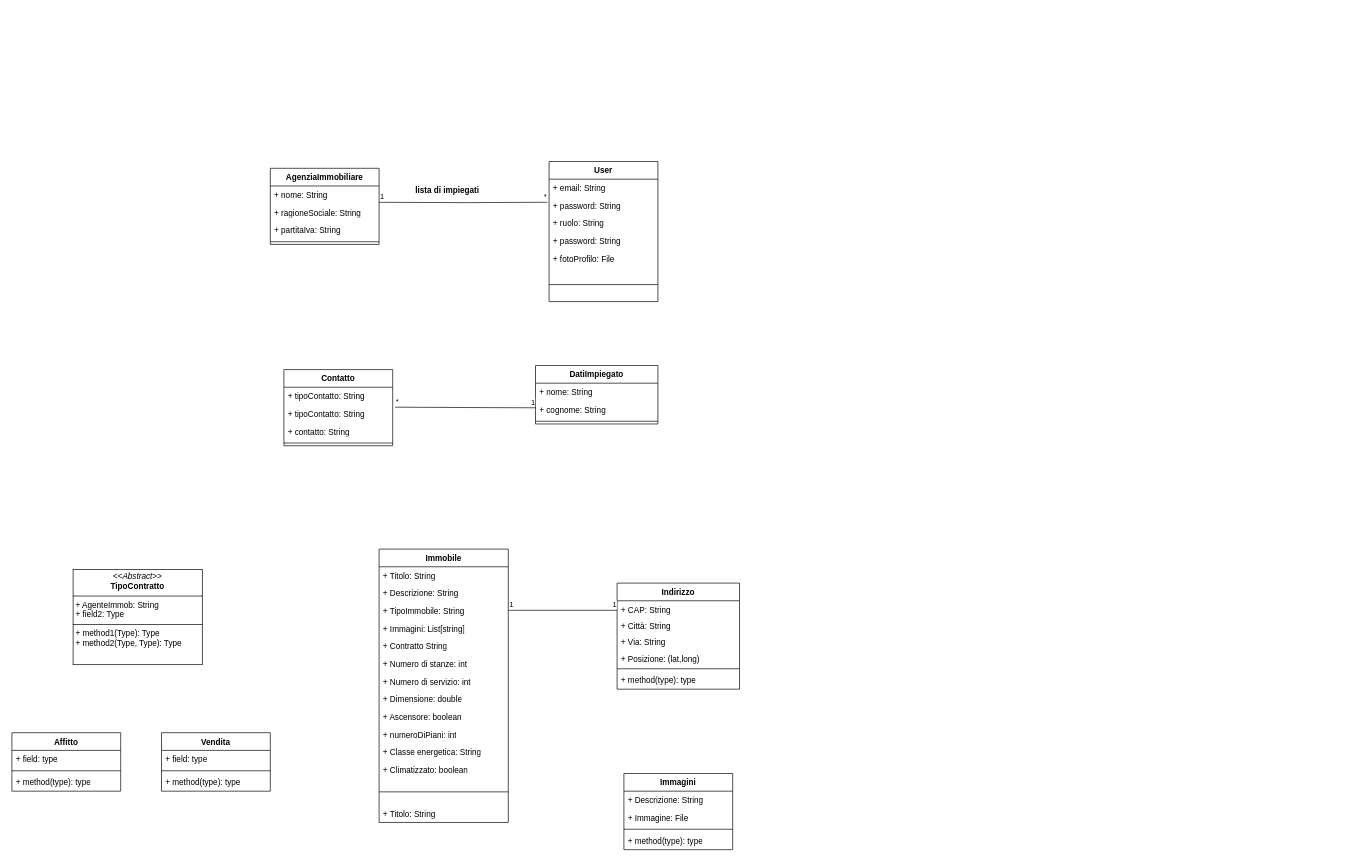
The draw.io diagram diagrammi/diagramma delle classi.drawio in Sperob98/Documentazione-DietiEstates25, before the edit. Source tidied: cells renumbered, new cells numbered last; positions are measured from the earlier drawing's top-left corner, leaving out a move shared by most shapes. Both pictures are drawn from the tidied source at 68%, with x=0, y=0 at pixel (12, 161).
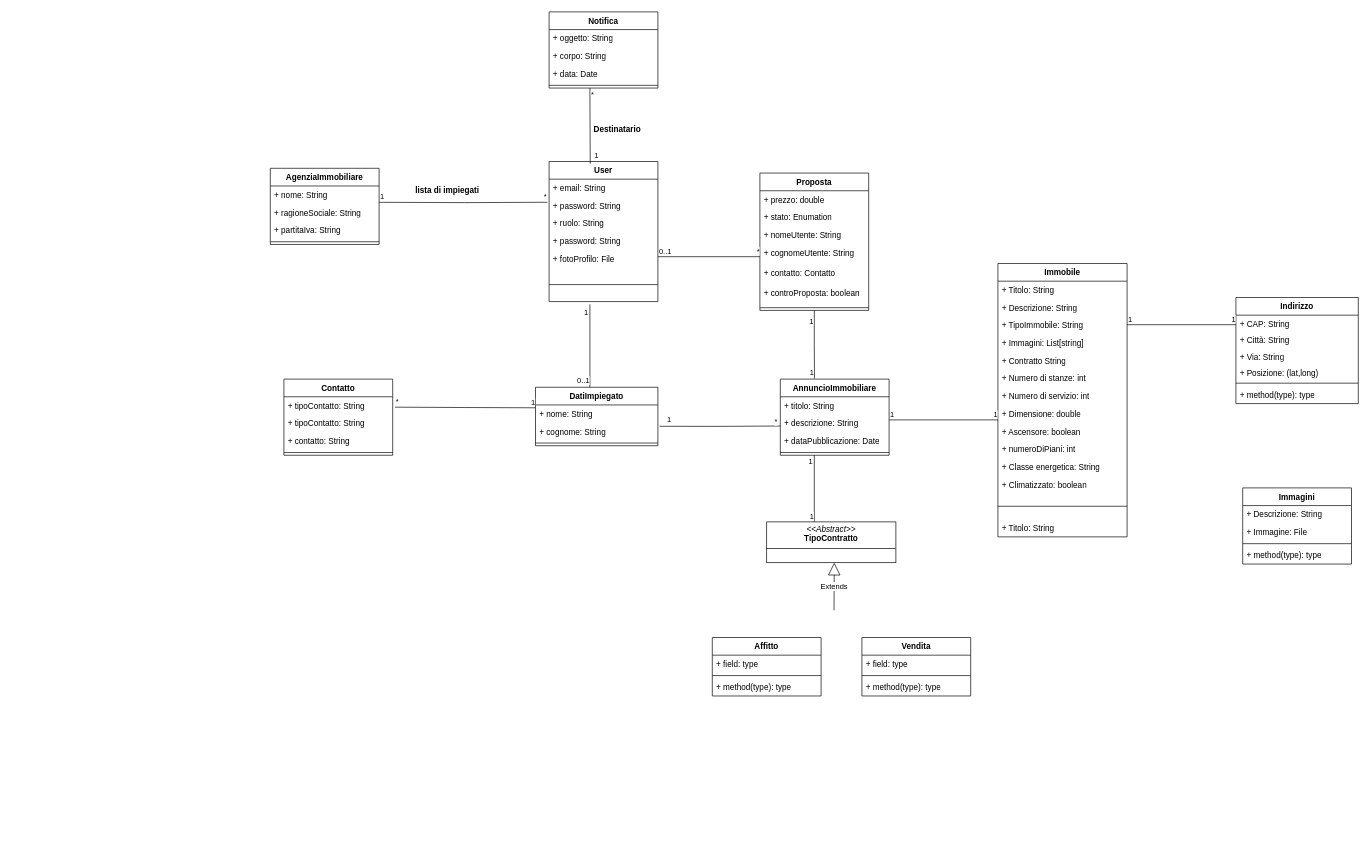
The same page after the edit.

The change refers to these unchanged cells:
```xml
<mxCell id="46" value="User" style="swimlane;fontStyle=1;align=center;verticalAlign=top;horizontal=1;startSize=26;whiteSpace=wrap;html=1;" parent="1" vertex="1">
  <mxGeometry x="790" width="160" height="206" as="geometry" />
</mxCell>
<mxCell id="59" value="+ cognome: String&lt;div&gt;&lt;br&gt;&lt;/div&gt;" style="text;strokeColor=none;fillColor=none;align=left;verticalAlign=top;spacingLeft=4;spacingRight=4;overflow=hidden;points=[[0,0.5],[1,0.5]];portConstraint=eastwest;whiteSpace=wrap;html=1;" parent="57" vertex="1">
  <mxGeometry y="52" width="180" height="26" as="geometry" />
</mxCell>
```

What changed in the source:
```diff
@@
     <mxCell id="2" value="Immobile" style="swimlane;fontStyle=1;align=center;verticalAlign=top;horizontal=1;startSize=26;whiteSpace=wrap;html=1;" parent="1" vertex="1">
-      <mxGeometry x="540" y="570" width="190" height="402" as="geometry" />
+      <mxGeometry x="1450" y="150" width="190" height="402" as="geometry" />
     </mxCell>
@@
     <mxCell id="17" value="Indirizzo&lt;div&gt;&lt;br&gt;&lt;/div&gt;" style="swimlane;fontStyle=1;align=center;verticalAlign=top;horizontal=1;startSize=26;whiteSpace=wrap;html=1;" parent="1" vertex="1">
-      <mxGeometry x="890" y="620" width="180" height="156" as="geometry" />
+      <mxGeometry x="1800" y="200" width="180" height="156" as="geometry" />
     </mxCell>
@@
     <mxCell id="24" value="Immagini" style="swimlane;fontStyle=1;align=center;verticalAlign=top;horizontal=1;startSize=26;whiteSpace=wrap;html=1;" parent="1" vertex="1">
-      <mxGeometry x="900" y="900" width="160" height="112" as="geometry" />
+      <mxGeometry x="1810" y="480" width="160" height="112" as="geometry" />
     </mxCell>
@@
     <mxCell id="29" style="endArrow=none;html=1;edgeStyle=orthogonalEdgeStyle;rounded=0;" parent="1" edge="1">
       <mxGeometry relative="1" as="geometry">
-        <mxPoint x="730" y="660" as="sourcePoint" />
-        <mxPoint x="890" y="660" as="targetPoint" />
+        <mxPoint x="1640" y="240" as="sourcePoint" />
+        <mxPoint x="1800" y="240" as="targetPoint" />
       </mxGeometry>
     </mxCell>
@@
     <mxCell id="32" value="Affitto" style="swimlane;fontStyle=1;align=center;verticalAlign=top;horizontal=1;startSize=26;whiteSpace=wrap;html=1;" parent="1" vertex="1">
-      <mxGeometry y="840" width="160" height="86" as="geometry" />
+      <mxGeometry x="1030" y="700" width="160" height="86" as="geometry" />
     </mxCell>
@@
     <mxCell id="36" value="Vendita" style="swimlane;fontStyle=1;align=center;verticalAlign=top;horizontal=1;startSize=26;whiteSpace=wrap;html=1;" parent="1" vertex="1">
-      <mxGeometry x="220" y="840" width="160" height="86" as="geometry" />
+      <mxGeometry x="1250" y="700" width="160" height="86" as="geometry" />
     </mxCell>
@@
-    <mxCell id="40" value="&lt;p style=&quot;margin:0px;margin-top:4px;text-align:center;&quot;&gt;&lt;i&gt;&amp;lt;&amp;lt;Abstract&amp;gt;&amp;gt;&lt;/i&gt;&lt;br&gt;&lt;b&gt;TipoContratto&lt;/b&gt;&lt;/p&gt;&lt;hr size=&quot;1&quot; style=&quot;border-style:solid;&quot;&gt;&lt;p style=&quot;margin:0px;margin-left:4px;&quot;&gt;+ AgenteImmob: String&lt;br&gt;+ field2: Type&lt;/p&gt;&lt;hr size=&quot;1&quot; style=&quot;border-style:solid;&quot;&gt;&lt;p style=&quot;margin:0px;margin-left:4px;&quot;&gt;+ method1(Type): Type&lt;br&gt;+ method2(Type, Type): Type&lt;/p&gt;" style="verticalAlign=top;align=left;overflow=fill;html=1;whiteSpace=wrap;" parent="1" vertex="1">
-      <mxGeometry x="90" y="600" width="190" height="140" as="geometry" />
+    <mxCell id="40" value="&lt;p style=&quot;margin:0px;margin-top:4px;text-align:center;&quot;&gt;&lt;i&gt;&amp;lt;&amp;lt;Abstract&amp;gt;&amp;gt;&lt;/i&gt;&lt;br&gt;&lt;b&gt;TipoContratto&lt;/b&gt;&lt;/p&gt;&lt;hr size=&quot;1&quot; style=&quot;border-style:solid;&quot;&gt;&lt;p style=&quot;margin:0px;margin-left:4px;&quot;&gt;&lt;br&gt;&lt;/p&gt;" style="verticalAlign=top;align=left;overflow=fill;html=1;whiteSpace=wrap;" parent="1" vertex="1">
+      <mxGeometry x="1110" y="530" width="190" height="60" as="geometry" />
     </mxCell>
@@
     <mxCell id="57" value="DatiImpiegato" style="swimlane;fontStyle=1;align=center;verticalAlign=top;horizontal=1;startSize=26;whiteSpace=wrap;html=1;" parent="1" vertex="1">
-      <mxGeometry x="770" y="300" width="180" height="86" as="geometry" />
+      <mxGeometry x="770" y="332" width="180" height="86" as="geometry" />
     </mxCell>
@@
     <mxCell id="61" value="Contatto" style="swimlane;fontStyle=1;align=center;verticalAlign=top;horizontal=1;startSize=26;whiteSpace=wrap;html=1;" parent="1" vertex="1">
-      <mxGeometry x="400" y="306" width="160" height="112" as="geometry" />
+      <mxGeometry x="400" y="320" width="160" height="112" as="geometry" />
     </mxCell>
@@
+    <mxCell id="69" style="endArrow=none;html=1;edgeStyle=orthogonalEdgeStyle;rounded=0;" parent="1" edge="1">
+      <mxGeometry relative="1" as="geometry">
+        <mxPoint x="850" y="210" as="sourcePoint" />
+        <mxPoint x="850" y="332" as="targetPoint" />
+      </mxGeometry>
+    </mxCell>
+    <mxCell id="70" value="1" style="edgeLabel;html=1;align=left;verticalAlign=bottom;" parent="69" vertex="1">
+      <mxGeometry x="-1" relative="1" as="geometry">
+        <mxPoint x="-10" y="20" as="offset" />
+      </mxGeometry>
+    </mxCell>
+    <mxCell id="71" value="0..1" style="edgeLabel;html=1;align=right;verticalAlign=bottom;" parent="69" vertex="1">
+      <mxGeometry x="1" relative="1" as="geometry">
+        <mxPoint y="-2" as="offset" />
+      </mxGeometry>
+    </mxCell>
+    <mxCell id="72" value="AnnuncioImmobiliare" style="swimlane;fontStyle=1;align=center;verticalAlign=top;horizontal=1;startSize=26;whiteSpace=wrap;html=1;" parent="1" vertex="1">
+      <mxGeometry x="1130" y="320" width="160" height="112" as="geometry" />
+    </mxCell>
+    <mxCell id="73" value="+ titolo: String" style="text;strokeColor=none;fillColor=none;align=left;verticalAlign=top;spacingLeft=4;spacingRight=4;overflow=hidden;whiteSpace=wrap;html=1;" parent="72" vertex="1">
+      <mxGeometry y="26" width="160" height="26" as="geometry" />
+    </mxCell>
+    <mxCell id="74" value="+ descrizione: String" style="text;strokeColor=none;fillColor=none;align=left;verticalAlign=top;spacingLeft=4;spacingRight=4;overflow=hidden;whiteSpace=wrap;html=1;" parent="72" vertex="1">
+      <mxGeometry y="52" width="160" height="26" as="geometry" />
+    </mxCell>
+    <mxCell id="75" value="+ dataPubblicazione: Date" style="text;strokeColor=none;fillColor=none;align=left;verticalAlign=top;spacingLeft=4;spacingRight=4;overflow=hidden;whiteSpace=wrap;html=1;" parent="72" vertex="1">
+      <mxGeometry y="78" width="160" height="26" as="geometry" />
+    </mxCell>
+    <mxCell id="76" style="line;strokeWidth=1;fillColor=none;align=left;verticalAlign=middle;spacingTop=-1;spacingLeft=3;spacingRight=3;labelPosition=right;strokeColor=inherit;" parent="72" vertex="1">
+      <mxGeometry y="104" width="160" height="8" as="geometry" />
+    </mxCell>
+    <mxCell id="77" style="endArrow=none;html=1;edgeStyle=orthogonalEdgeStyle;rounded=0;entryX=1.014;entryY=0.209;entryDx=0;entryDy=0;entryPerimeter=0;" parent="1" edge="1" target="59">
+      <mxGeometry relative="1" as="geometry">
+        <mxPoint x="1130" y="389" as="sourcePoint" />
+      </mxGeometry>
+    </mxCell>
+    <mxCell id="78" value="*" style="edgeLabel;html=1;align=left;verticalAlign=bottom;" parent="77" vertex="1">
+      <mxGeometry x="-1" relative="1" as="geometry">
+        <mxPoint x="-10" y="1" as="offset" />
+      </mxGeometry>
+    </mxCell>
+    <mxCell id="79" value="1" style="edgeLabel;html=1;align=right;verticalAlign=bottom;" parent="77" vertex="1">
+      <mxGeometry x="1" relative="1" as="geometry">
+        <mxPoint x="18" y="-2" as="offset" />
+      </mxGeometry>
+    </mxCell>
+    <mxCell id="80" style="endArrow=none;html=1;edgeStyle=orthogonalEdgeStyle;rounded=0;" parent="1" edge="1">
+      <mxGeometry relative="1" as="geometry">
+        <mxPoint x="1290" y="380" as="sourcePoint" />
+        <mxPoint x="1450" y="380" as="targetPoint" />
+      </mxGeometry>
+    </mxCell>
+    <mxCell id="81" value="1" style="edgeLabel;html=1;align=left;verticalAlign=bottom;" parent="80" vertex="1">
+      <mxGeometry x="-1" relative="1" as="geometry" />
+    </mxCell>
+    <mxCell id="82" value="1" style="edgeLabel;html=1;align=right;verticalAlign=bottom;" parent="80" vertex="1">
+      <mxGeometry x="1" relative="1" as="geometry" />
+    </mxCell>
+    <mxCell id="83" style="endArrow=none;html=1;edgeStyle=orthogonalEdgeStyle;rounded=0;" parent="1" edge="1">
+      <mxGeometry relative="1" as="geometry">
+        <mxPoint x="1180" y="432" as="sourcePoint" />
+        <mxPoint x="1180" y="530" as="targetPoint" />
+      </mxGeometry>
+    </mxCell>
+    <mxCell id="84" value="1" style="edgeLabel;html=1;align=left;verticalAlign=bottom;" parent="83" vertex="1">
+      <mxGeometry x="-1" relative="1" as="geometry">
+        <mxPoint x="-10" y="18" as="offset" />
+      </mxGeometry>
+    </mxCell>
+    <mxCell id="85" value="1" style="edgeLabel;html=1;align=right;verticalAlign=bottom;" parent="83" vertex="1">
+      <mxGeometry x="1" relative="1" as="geometry" />
+    </mxCell>
+    <mxCell id="86" value="Notifica" style="swimlane;fontStyle=1;align=center;verticalAlign=top;horizontal=1;startSize=26;whiteSpace=wrap;html=1;" parent="1" vertex="1">
+      <mxGeometry x="790" y="-220" width="160" height="112" as="geometry" />
+    </mxCell>
+    <mxCell id="87" value="+ oggetto: String" style="text;strokeColor=none;fillColor=none;align=left;verticalAlign=top;spacingLeft=4;spacingRight=4;overflow=hidden;whiteSpace=wrap;html=1;" parent="86" vertex="1">
+      <mxGeometry y="26" width="160" height="26" as="geometry" />
+    </mxCell>
+    <mxCell id="88" value="+ corpo: String" style="text;strokeColor=none;fillColor=none;align=left;verticalAlign=top;spacingLeft=4;spacingRight=4;overflow=hidden;whiteSpace=wrap;html=1;" parent="86" vertex="1">
+      <mxGeometry y="52" width="160" height="26" as="geometry" />
+    </mxCell>
+    <mxCell id="89" value="+ data: Date" style="text;strokeColor=none;fillColor=none;align=left;verticalAlign=top;spacingLeft=4;spacingRight=4;overflow=hidden;whiteSpace=wrap;html=1;" parent="86" vertex="1">
+      <mxGeometry y="78" width="160" height="26" as="geometry" />
+    </mxCell>
+    <mxCell id="90" style="line;strokeWidth=1;fillColor=none;align=left;verticalAlign=middle;spacingTop=-1;spacingLeft=3;spacingRight=3;labelPosition=right;strokeColor=inherit;" parent="86" vertex="1">
+      <mxGeometry y="104" width="160" height="8" as="geometry" />
+    </mxCell>
+    <mxCell id="91" value="Extends" style="endArrow=block;endSize=16;endFill=0;html=1;rounded=0;" parent="1" edge="1">
+      <mxGeometry relative="1" as="geometry">
+        <mxPoint x="1209" y="660" as="sourcePoint" />
+        <mxPoint x="1209.4" y="590" as="targetPoint" />
+      </mxGeometry>
+    </mxCell>
+    <mxCell id="92" value="Proposta" style="swimlane;fontStyle=1;align=center;verticalAlign=top;horizontal=1;startSize=26;whiteSpace=wrap;html=1;" parent="1" vertex="1">
+      <mxGeometry x="1100" y="17" width="160" height="202" as="geometry" />
+    </mxCell>
+    <mxCell id="93" value="+ prezzo: double" style="text;strokeColor=none;fillColor=none;align=left;verticalAlign=top;spacingLeft=4;spacingRight=4;overflow=hidden;whiteSpace=wrap;html=1;" parent="92" vertex="1">
+      <mxGeometry y="26" width="160" height="26" as="geometry" />
+    </mxCell>
+    <mxCell id="94" value="+ stato: Enumation" style="text;strokeColor=none;fillColor=none;align=left;verticalAlign=top;spacingLeft=4;spacingRight=4;overflow=hidden;whiteSpace=wrap;html=1;" parent="92" vertex="1">
+      <mxGeometry y="52" width="160" height="26" as="geometry" />
+    </mxCell>
+    <mxCell id="95" value="+ nomeUtente: String" style="text;strokeColor=none;fillColor=none;align=left;verticalAlign=top;spacingLeft=4;spacingRight=4;overflow=hidden;whiteSpace=wrap;html=1;" parent="92" vertex="1">
+      <mxGeometry y="78" width="160" height="26" as="geometry" />
+    </mxCell>
+    <mxCell id="96" value="+ cognomeUtente: String" style="text;strokeColor=none;fillColor=none;align=left;verticalAlign=top;spacingLeft=4;spacingRight=4;overflow=hidden;whiteSpace=wrap;html=1;" parent="92" vertex="1">
+      <mxGeometry y="104" width="160" height="30" as="geometry" />
+    </mxCell>
+    <mxCell id="97" value="+ contatto: Contatto" style="text;strokeColor=none;fillColor=none;align=left;verticalAlign=top;spacingLeft=4;spacingRight=4;overflow=hidden;whiteSpace=wrap;html=1;" parent="92" vertex="1">
+      <mxGeometry y="134" width="160" height="30" as="geometry" />
+    </mxCell>
+    <mxCell id="98" value="+ controProposta: boolean" style="text;strokeColor=none;fillColor=none;align=left;verticalAlign=top;spacingLeft=4;spacingRight=4;overflow=hidden;whiteSpace=wrap;html=1;" parent="92" vertex="1">
+      <mxGeometry y="164" width="160" height="30" as="geometry" />
+    </mxCell>
+    <mxCell id="99" style="line;strokeWidth=1;fillColor=none;align=left;verticalAlign=middle;spacingTop=-1;spacingLeft=3;spacingRight=3;labelPosition=right;strokeColor=inherit;" parent="92" vertex="1">
+      <mxGeometry y="194" width="160" height="8" as="geometry" />
+    </mxCell>
+    <mxCell id="100" style="endArrow=none;html=1;edgeStyle=orthogonalEdgeStyle;rounded=0;" parent="1" edge="1">
+      <mxGeometry relative="1" as="geometry">
+        <mxPoint x="950" y="140" as="sourcePoint" />
+        <mxPoint x="1100" y="140" as="targetPoint" />
+      </mxGeometry>
+    </mxCell>
+    <mxCell id="101" value="0..1" style="edgeLabel;html=1;align=left;verticalAlign=bottom;" parent="100" vertex="1">
+      <mxGeometry x="-1" relative="1" as="geometry" />
+    </mxCell>
+    <mxCell id="102" value="*" style="edgeLabel;html=1;align=right;verticalAlign=bottom;" parent="100" vertex="1">
+      <mxGeometry x="1" relative="1" as="geometry" />
+    </mxCell>
+    <mxCell id="103" style="endArrow=none;html=1;edgeStyle=orthogonalEdgeStyle;rounded=0;entryX=0.314;entryY=-0.007;entryDx=0;entryDy=0;entryPerimeter=0;exitX=0.5;exitY=1;exitDx=0;exitDy=0;" parent="1" edge="1" source="92" target="72">
+      <mxGeometry relative="1" as="geometry" />
+    </mxCell>
+    <mxCell id="104" value="1" style="edgeLabel;html=1;align=left;verticalAlign=bottom;" parent="103" vertex="1">
+      <mxGeometry x="-1" relative="1" as="geometry">
+        <mxPoint x="-9" y="24" as="offset" />
+      </mxGeometry>
+    </mxCell>
+    <mxCell id="105" value="1" style="edgeLabel;html=1;align=right;verticalAlign=bottom;" parent="103" vertex="1">
+      <mxGeometry x="1" relative="1" as="geometry" />
+    </mxCell>
+    <mxCell id="106" style="endArrow=none;html=1;edgeStyle=orthogonalEdgeStyle;rounded=0;entryX=0.378;entryY=0.015;entryDx=0;entryDy=0;entryPerimeter=0;" parent="1" edge="1" target="46">
+      <mxGeometry relative="1" as="geometry">
+        <mxPoint x="850" y="-108" as="sourcePoint" />
+      </mxGeometry>
+    </mxCell>
+    <mxCell id="107" value="*" style="edgeLabel;html=1;align=left;verticalAlign=bottom;" parent="106" vertex="1">
+      <mxGeometry x="-1" relative="1" as="geometry">
+        <mxPoint y="18" as="offset" />
+      </mxGeometry>
+    </mxCell>
+    <mxCell id="108" value="1" style="edgeLabel;html=1;align=right;verticalAlign=bottom;" parent="106" vertex="1">
+      <mxGeometry x="1" relative="1" as="geometry">
+        <mxPoint x="13" y="-3" as="offset" />
+      </mxGeometry>
+    </mxCell>
+    <mxCell id="109" value="Destinatario" style="text;align=center;fontStyle=1;verticalAlign=middle;spacingLeft=3;spacingRight=3;strokeColor=none;html=1;" parent="1" vertex="1">
+      <mxGeometry x="850" y="-60" width="80" height="26" as="geometry" />
+    </mxCell>
```
